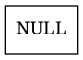
This is AutoGestPro/Reports/colaServicios.png from eric-rojas/-EDD-1S2025_202200331, a Graphviz export, as it was before one commit. Its source is kept beside it as AutoGestPro/Reports/colaServicios.dot. Source of this version:
```dot
digraph G {
    node [shape=record];
    NULL [label = "{NULL}"];
}
```
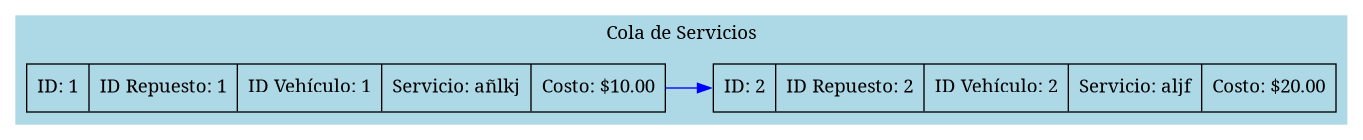
After the commit.

Diff of the diagram source:
```diff
@@ -1,4 +1,12 @@
 digraph G {
+    rankdir=LR;
     node [shape=record];
-    NULL [label = "{NULL}"];
+    subgraph cluster_0 {
+        label = "Cola de Servicios";
+        style=filled;
+        color=lightblue;
+        node1 [label="{{ID: 1}|{ID Repuesto: 1}|{ID Vehículo: 1}|{Servicio: añlkj}|{Costo: $10.00}}"];
+        node2 [label="{{ID: 2}|{ID Repuesto: 2}|{ID Vehículo: 2}|{Servicio: aljf}|{Costo: $20.00}}"];
+        node1 -> node2 [color=blue, constraint=true];
+    }
 }
```
